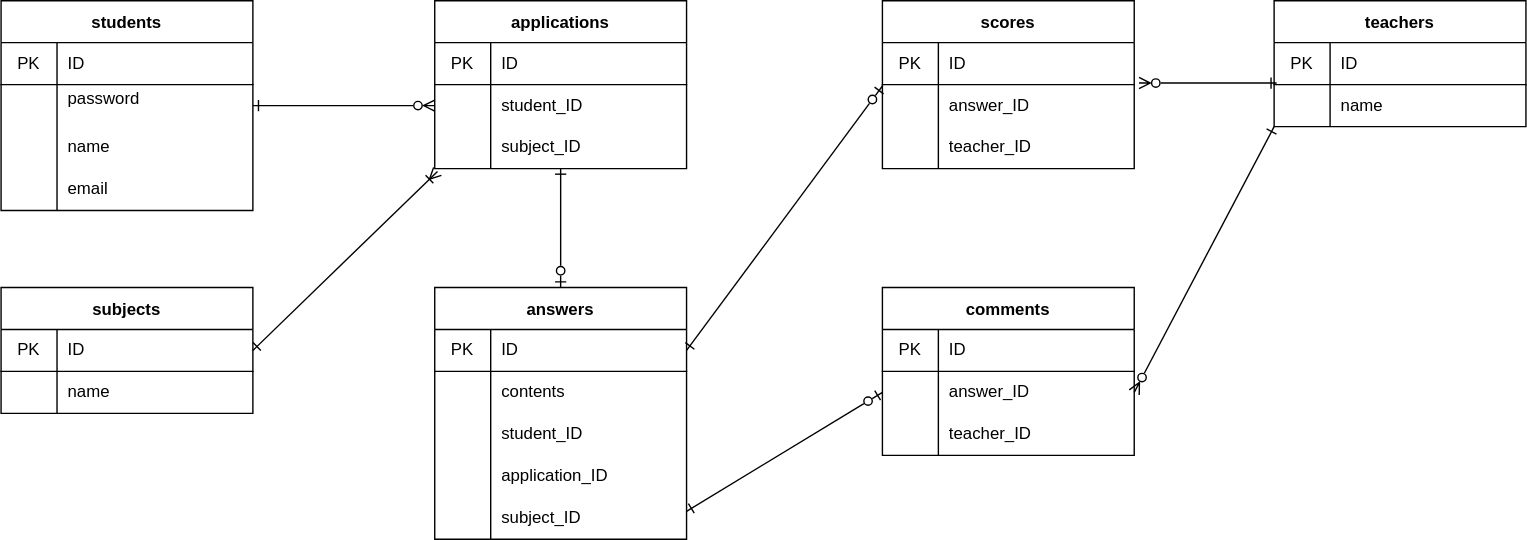
This is 20221016mizutani/er-practice.drawio.svg from TM-MZ/er-practice, a draw.io export, as it was before one commit. Source tidied: cells renumbered, new cells last; positions are measured from the earlier drawing's top-left corner, leaving out a move shared by most shapes.
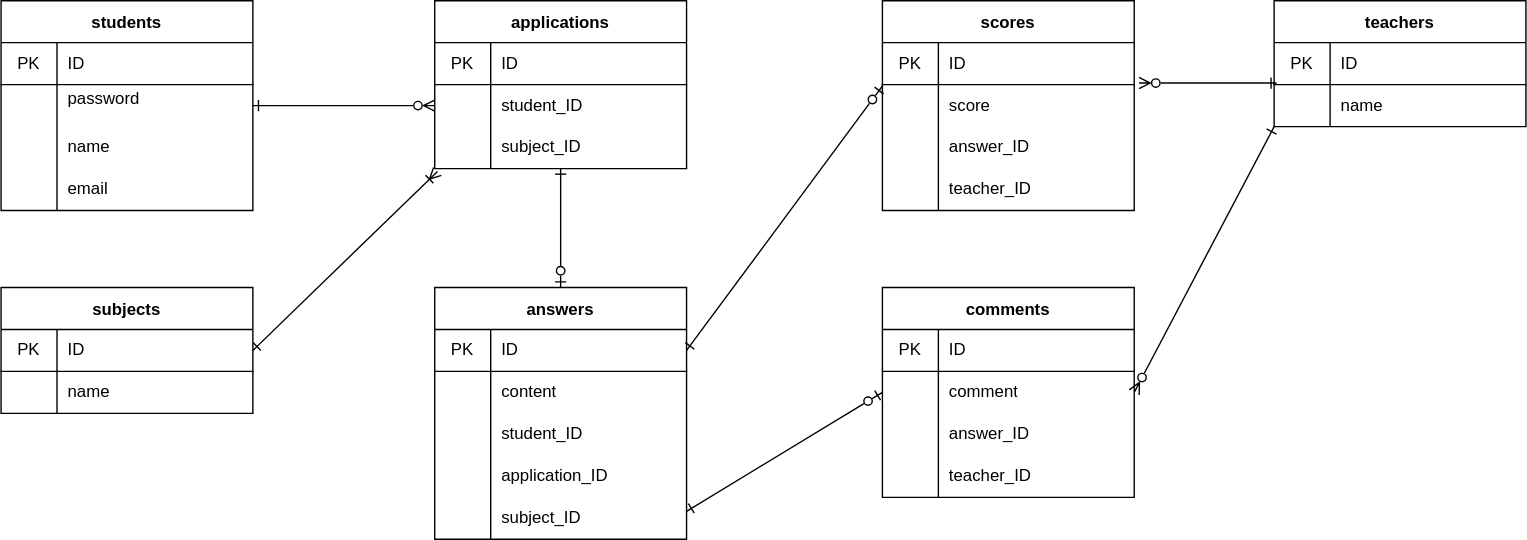
Above is the later version.

The edit, as a diff of the source:
```diff
@@ -98,7 +98,7 @@
     <mxCell id="33" style="shape=partialRectangle;html=1;whiteSpace=wrap;fillColor=none;top=0;left=0;bottom=0;right=0;overflow=hidden;" parent="32" vertex="1">
       <mxGeometry width="40" height="30" as="geometry" />
     </mxCell>
-    <mxCell id="34" value="contents" style="shape=partialRectangle;html=1;whiteSpace=wrap;fillColor=none;top=0;left=0;bottom=0;right=0;align=left;spacingLeft=6;overflow=hidden;" parent="32" vertex="1">
+    <mxCell id="34" value="content" style="shape=partialRectangle;html=1;whiteSpace=wrap;fillColor=none;top=0;left=0;bottom=0;right=0;align=left;spacingLeft=6;overflow=hidden;" parent="32" vertex="1">
       <mxGeometry x="40" width="140" height="30" as="geometry" />
     </mxCell>
     <mxCell id="35" style="shape=partialRectangle;html=1;whiteSpace=wrap;fillColor=none;top=0;left=0;bottom=0;right=0;" parent="28" vertex="1">
@@ -129,7 +129,7 @@
       <mxGeometry x="40" width="140" height="30" as="geometry" />
     </mxCell>
     <mxCell id="44" value="scores" style="shape=table;startSize=30;rowLines=0;fontStyle=1;align=center;" parent="1" vertex="1">
-      <mxGeometry x="630" width="180" height="120" as="geometry" />
+      <mxGeometry x="630" width="180" height="150" as="geometry" />
     </mxCell>
     <mxCell id="45" style="shape=partialRectangle;html=1;whiteSpace=wrap;fillColor=none;top=0;left=0;bottom=1;right=0;" parent="44" vertex="1">
       <mxGeometry y="30" width="180" height="30" as="geometry" />
@@ -146,11 +146,20 @@
     <mxCell id="49" style="shape=partialRectangle;html=1;whiteSpace=wrap;fillColor=none;top=0;left=0;bottom=0;right=0;overflow=hidden;" parent="48" vertex="1">
       <mxGeometry width="40" height="30" as="geometry" />
     </mxCell>
-    <mxCell id="50" value="answer_ID" style="shape=partialRectangle;html=1;whiteSpace=wrap;fillColor=none;top=0;left=0;bottom=0;right=0;align=left;spacingLeft=6;overflow=hidden;" parent="48" vertex="1">
+    <mxCell id="50" value="score" style="shape=partialRectangle;html=1;whiteSpace=wrap;fillColor=none;top=0;left=0;bottom=0;right=0;align=left;spacingLeft=6;overflow=hidden;" parent="48" vertex="1">
       <mxGeometry x="40" width="140" height="30" as="geometry" />
     </mxCell>
+    <mxCell id="82" style="shape=partialRectangle;html=1;whiteSpace=wrap;fillColor=none;top=0;left=0;bottom=0;right=0;" parent="44" vertex="1">
+      <mxGeometry y="90" width="180" height="30" as="geometry" />
+    </mxCell>
+    <mxCell id="83" style="shape=partialRectangle;html=1;whiteSpace=wrap;fillColor=none;top=0;left=0;bottom=0;right=0;overflow=hidden;" parent="82" vertex="1">
+      <mxGeometry width="40" height="30" as="geometry" />
+    </mxCell>
+    <mxCell id="84" value="answer_ID" style="shape=partialRectangle;html=1;whiteSpace=wrap;fillColor=none;top=0;left=0;bottom=0;right=0;align=left;spacingLeft=6;overflow=hidden;" parent="82" vertex="1">
+      <mxGeometry x="40" width="140" height="30" as="geometry" />
+    </mxCell>
     <mxCell id="51" style="shape=partialRectangle;html=1;whiteSpace=wrap;fillColor=none;top=0;left=0;bottom=0;right=0;" parent="44" vertex="1">
-      <mxGeometry y="90" width="180" height="30" as="geometry" />
+      <mxGeometry y="120" width="180" height="30" as="geometry" />
     </mxCell>
     <mxCell id="52" style="shape=partialRectangle;html=1;whiteSpace=wrap;fillColor=none;top=0;left=0;bottom=0;right=0;overflow=hidden;" parent="51" vertex="1">
       <mxGeometry width="40" height="30" as="geometry" />
@@ -164,7 +173,7 @@
       </mxGeometry>
     </mxCell>
     <mxCell id="55" value="comments" style="shape=table;startSize=30;rowLines=0;fontStyle=1;align=center;" parent="1" vertex="1">
-      <mxGeometry x="630" y="205" width="180" height="120" as="geometry" />
+      <mxGeometry x="630" y="205" width="180" height="150" as="geometry" />
     </mxCell>
     <mxCell id="56" style="shape=partialRectangle;html=1;whiteSpace=wrap;fillColor=none;top=0;left=0;bottom=1;right=0;" parent="55" vertex="1">
       <mxGeometry y="30" width="180" height="30" as="geometry" />
@@ -181,11 +190,20 @@
     <mxCell id="60" style="shape=partialRectangle;html=1;whiteSpace=wrap;fillColor=none;top=0;left=0;bottom=0;right=0;overflow=hidden;" parent="59" vertex="1">
       <mxGeometry width="40" height="30" as="geometry" />
     </mxCell>
-    <mxCell id="61" value="answer_ID" style="shape=partialRectangle;html=1;whiteSpace=wrap;fillColor=none;top=0;left=0;bottom=0;right=0;align=left;spacingLeft=6;overflow=hidden;" parent="59" vertex="1">
+    <mxCell id="61" value="comment" style="shape=partialRectangle;html=1;whiteSpace=wrap;fillColor=none;top=0;left=0;bottom=0;right=0;align=left;spacingLeft=6;overflow=hidden;" parent="59" vertex="1">
       <mxGeometry x="40" width="140" height="30" as="geometry" />
     </mxCell>
+    <mxCell id="85" style="shape=partialRectangle;html=1;whiteSpace=wrap;fillColor=none;top=0;left=0;bottom=0;right=0;" parent="55" vertex="1">
+      <mxGeometry y="90" width="180" height="30" as="geometry" />
+    </mxCell>
+    <mxCell id="86" style="shape=partialRectangle;html=1;whiteSpace=wrap;fillColor=none;top=0;left=0;bottom=0;right=0;overflow=hidden;" parent="85" vertex="1">
+      <mxGeometry width="40" height="30" as="geometry" />
+    </mxCell>
+    <mxCell id="87" value="answer_ID" style="shape=partialRectangle;html=1;whiteSpace=wrap;fillColor=none;top=0;left=0;bottom=0;right=0;align=left;spacingLeft=6;overflow=hidden;" parent="85" vertex="1">
+      <mxGeometry x="40" width="140" height="30" as="geometry" />
+    </mxCell>
     <mxCell id="62" style="shape=partialRectangle;html=1;whiteSpace=wrap;fillColor=none;top=0;left=0;bottom=0;right=0;" parent="55" vertex="1">
-      <mxGeometry y="90" width="180" height="30" as="geometry" />
+      <mxGeometry y="120" width="180" height="30" as="geometry" />
     </mxCell>
     <mxCell id="63" style="shape=partialRectangle;html=1;whiteSpace=wrap;fillColor=none;top=0;left=0;bottom=0;right=0;overflow=hidden;" parent="62" vertex="1">
       <mxGeometry width="40" height="30" as="geometry" />
```
